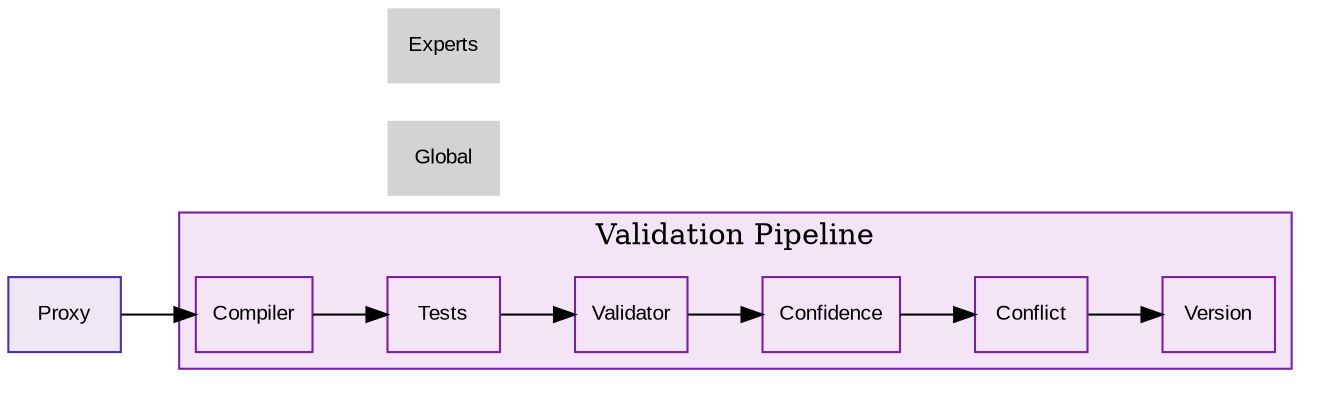
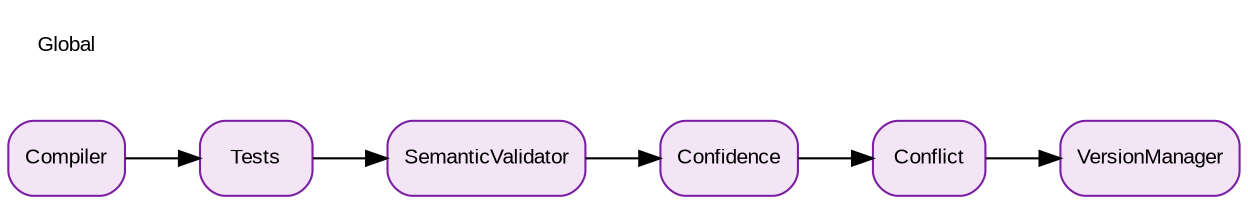
digraph Validation {
    rankdir=LR;
-     node [shape=box, style=filled, fontname="Arial", fontsize=10];
+     node [shape=box, style="rounded,filled", fontname="Arial", fontsize=10, fillcolor="#f3e5f5", color="#7b1fa2"];
+     edge [fontname="Arial", fontsize=9];

-     subgraph cluster_validation {
-         label="Validation Pipeline";
-         color="#7b1fa2"; bgcolor="#f3e5f5";
-         node [fillcolor="#f3e5f5", color="#7b1fa2"];
-         Compiler [URL="50_validation.svg"];
-         Tests    [URL="50_validation.svg"];
-         Validator[URL="50_validation.svg"];
-         Confidence[URL="50_validation.svg"];
-         Conflict [URL="50_validation.svg"];
-         Version  [URL="50_validation.svg"];
-     }
+     Compiler -> Tests -> SemanticValidator -> Confidence -> Conflict -> VersionManager;

-     Proxy [fillcolor="#ede7f6", color="#512da8", URL="../scheduler/component_proxy/14_component_proxy.svg"];
- 
-     // Edges
-     Proxy -> Compiler;       // Soumission
-     Compiler -> Tests;       // Compilation → Tests
-     Tests -> Validator;      // Tests → Validation
-     Validator -> Confidence; // Validation → Confiance
-     Confidence -> Conflict;  // Confiance → Conflits
-     Conflict -> Version;     // Conflits → Version
- 
-     // Navigation
-     Nav_Global [label="Global", shape=plaintext, URL="../00_global.svg"];
-     Nav_Experts [label="Experts", shape=plaintext, URL="../experts/40_experts.svg"];
-     { rank=sink; Nav_Global; Nav_Experts; }
+     Nav_Global [label="Global", shape=plaintext, URL="../00_global.svg", fillcolor="white", color="white"];
}
